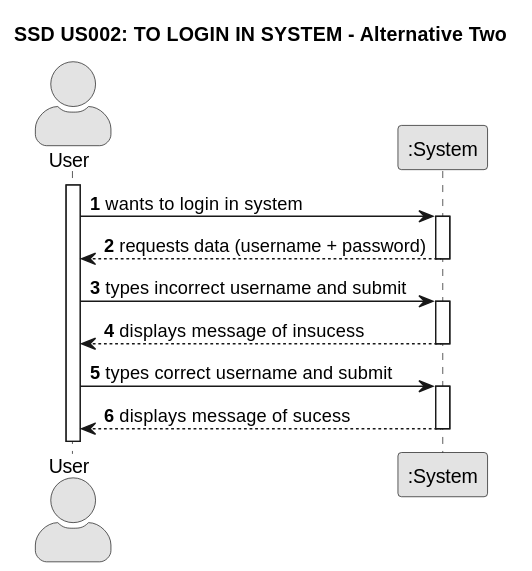
TiagoMagalhaes1232507/Testando-projeto keeps this PlantUML diagram as out/docs/sprint01/us002/01.requirements-engineering/puml/us002-system-sequence-diagram-alternative-two/us002-system-sequence-diagram-alternative-two.svg. Above is the earlier version.
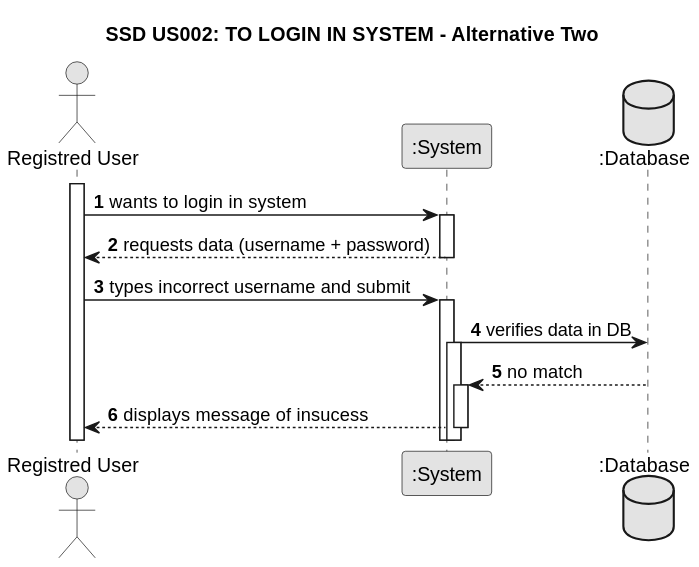
Later version of the same file.

What changed in the source:
```diff
@@ -2,15 +2,16 @@
 skinparam monochrome true
 skinparam packageStyle rectangle
 skinparam shadowing false
-skinparam actorStyle awesome
+
 
 
 title SSD US002: TO LOGIN IN SYSTEM - Alternative Two
 
 autonumber
 
-actor "User" as User
+actor "Registred User" as User
 participant ":System" as System
+database ":Database" as Database
 
 activate User
 
@@ -23,12 +24,12 @@
     User -> System : types incorrect username and submit
     activate System
 
+        System -> Database : verifies data in DB
+    activate System
+
+       Database --> System : no match
+    activate System
+
         System --> User :displays message of insucess
     deactivate System
-
-    User -> System : types correct username and submit
-    activate System
-
-        System --> User :displays message of sucess
-    deactivate System
 @enduml
```
